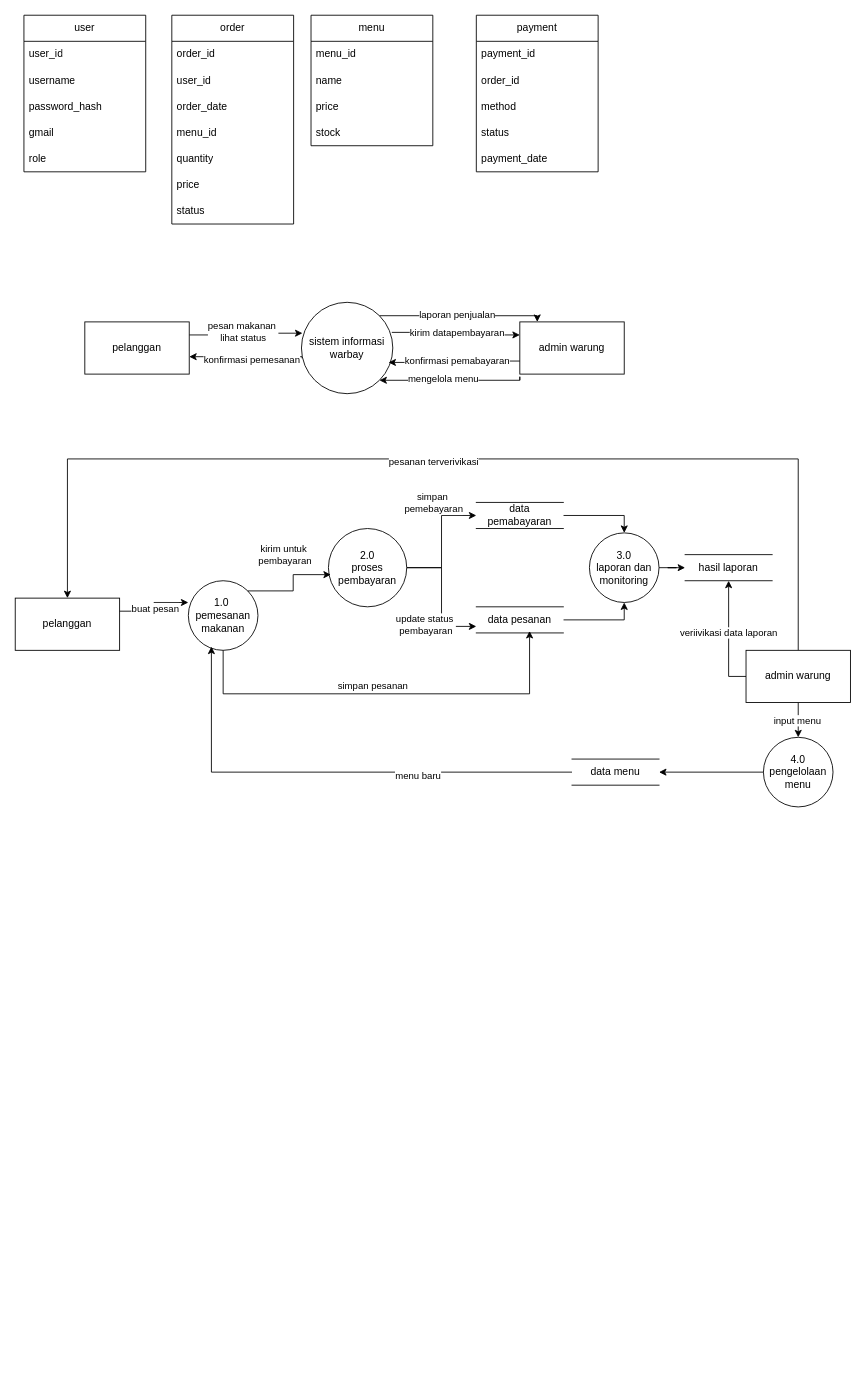
sanusiamir/uas_blogs keeps this draw.io diagram as Diagram Tanpa Judul.drawio. Above is the earlier version. Source tidied: cells renumbered, new cells numbered last; positions are measured from the earlier drawing's top-left corner, leaving out a move shared by most shapes. Both pictures are drawn from the tidied source at 87%, with x=0, y=0 at pixel (15, 15).
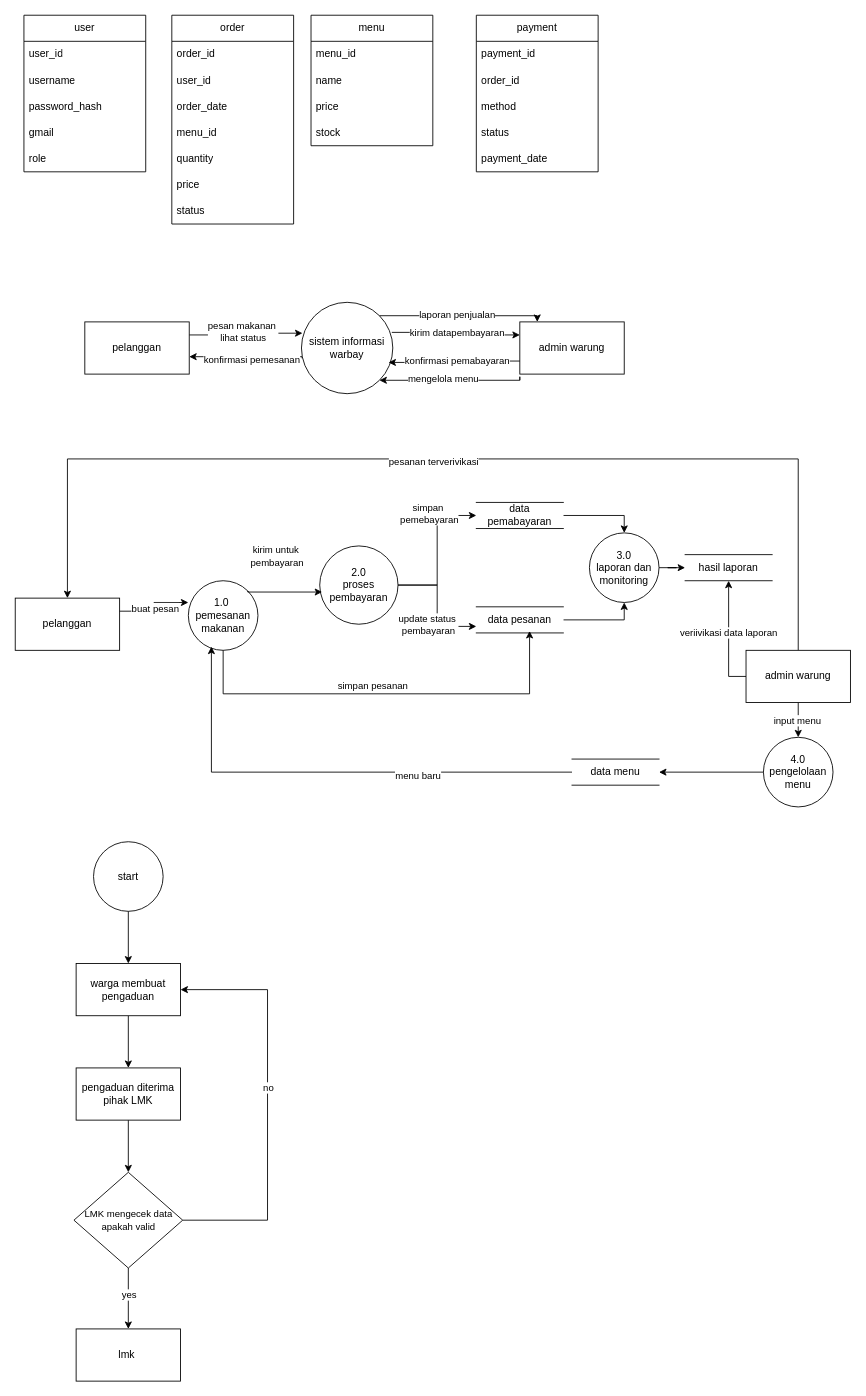
The same page after the edit.

The change refers to these unchanged cells:
```xml
<mxCell id="50" value="1.0&amp;nbsp;&lt;div&gt;pemesanan makanan&lt;/div&gt;" style="ellipse;whiteSpace=wrap;html=1;" parent="1" vertex="1">
  <mxGeometry x="199" y="650" width="80" height="80" as="geometry" />
</mxCell>
```

The edit, as a diff of the source:
```diff
@@
     <mxCell id="55" value="2.0&lt;div&gt;proses pembayaran&lt;/div&gt;" style="ellipse;whiteSpace=wrap;html=1;" parent="1" vertex="1">
-      <mxGeometry x="360" y="590" width="90" height="90" as="geometry" />
+      <mxGeometry x="350" y="610" width="90" height="90" as="geometry" />
     </mxCell>
@@
     <mxCell id="64" style="edgeStyle=orthogonalEdgeStyle;rounded=0;jettySize=auto;html=1;exitX=1;exitY=0;exitDx=0;exitDy=0;entryX=0.031;entryY=0.589;entryDx=0;entryDy=0;entryPerimeter=0;" parent="1" edge="1" source="50" target="55">
-      <mxGeometry relative="1" as="geometry" />
+      <mxGeometry relative="1" as="geometry">
+        <Array as="points">
+          <mxPoint x="267" y="663" />
+        </Array>
+      </mxGeometry>
     </mxCell>
@@
+    <mxCell id="74" style="edgeStyle=orthogonalEdgeStyle;rounded=0;jettySize=auto;html=1;" parent="1" edge="1" source="75" target="79">
+      <mxGeometry relative="1" as="geometry" />
+    </mxCell>
+    <mxCell id="75" value="warga membuat pengaduan" style="rounded=0;whiteSpace=wrap;html=1;" parent="1" vertex="1">
+      <mxGeometry x="70" y="1090" width="120" height="60" as="geometry" />
+    </mxCell>
+    <mxCell id="76" value="start" style="ellipse;whiteSpace=wrap;html=1;" parent="1" vertex="1">
+      <mxGeometry x="90" y="950" width="80" height="80" as="geometry" />
+    </mxCell>
+    <mxCell id="77" style="endArrow=classic;html=1;rounded=0;exitX=0.5;exitY=1;exitDx=0;exitDy=0;entryX=0.5;entryY=0;entryDx=0;entryDy=0;" parent="1" edge="1" source="76" target="75">
+      <mxGeometry relative="1" as="geometry" />
+    </mxCell>
+    <mxCell id="78" style="edgeStyle=orthogonalEdgeStyle;rounded=0;jettySize=auto;html=1;" parent="1" edge="1" source="79" target="84">
+      <mxGeometry relative="1" as="geometry" />
+    </mxCell>
+    <mxCell id="79" value="pengaduan diterima pihak LMK" style="whiteSpace=wrap;html=1;rounded=0;" parent="1" vertex="1">
+      <mxGeometry x="70" y="1210" width="120" height="60" as="geometry" />
+    </mxCell>
+    <mxCell id="80" style="edgeStyle=orthogonalEdgeStyle;rounded=0;jettySize=auto;html=1;" parent="1" edge="1" source="84" target="85">
+      <mxGeometry relative="1" as="geometry" />
+    </mxCell>
+    <mxCell id="81" value="yes" style="edgeLabel;html=1;align=center;verticalAlign=middle;" parent="80" vertex="1">
+      <mxGeometry x="-0.46" y="2" relative="1" as="geometry">
+        <mxPoint x="-2" y="11" as="offset" />
+      </mxGeometry>
+    </mxCell>
+    <mxCell id="82" style="edgeStyle=orthogonalEdgeStyle;rounded=0;jettySize=auto;html=1;exitX=1;exitY=0.5;exitDx=0;exitDy=0;entryX=1;entryY=0.5;entryDx=0;entryDy=0;" parent="1" edge="1" source="84" target="75">
+      <mxGeometry relative="1" as="geometry">
+        <Array as="points">
+          <mxPoint x="290" y="1385" />
+          <mxPoint x="290" y="1120" />
+        </Array>
+      </mxGeometry>
+    </mxCell>
+    <mxCell id="83" value="no" style="edgeLabel;html=1;align=center;verticalAlign=middle;" parent="82" vertex="1">
+      <mxGeometry x="0.08" relative="1" as="geometry" />
+    </mxCell>
+    <mxCell id="84" value="&lt;font style=&quot;font-size: 11px;&quot;&gt;LMK mengecek data apakah valid&lt;/font&gt;" style="rhombus;whiteSpace=wrap;html=1;rounded=0;" parent="1" vertex="1">
+      <mxGeometry x="67.5" y="1330" width="125" height="110" as="geometry" />
+    </mxCell>
+    <mxCell id="85" value="lmk&amp;nbsp;" style="whiteSpace=wrap;html=1;rounded=0;" parent="1" vertex="1">
+      <mxGeometry x="70" y="1510" width="120" height="60" as="geometry" />
+    </mxCell>
```
